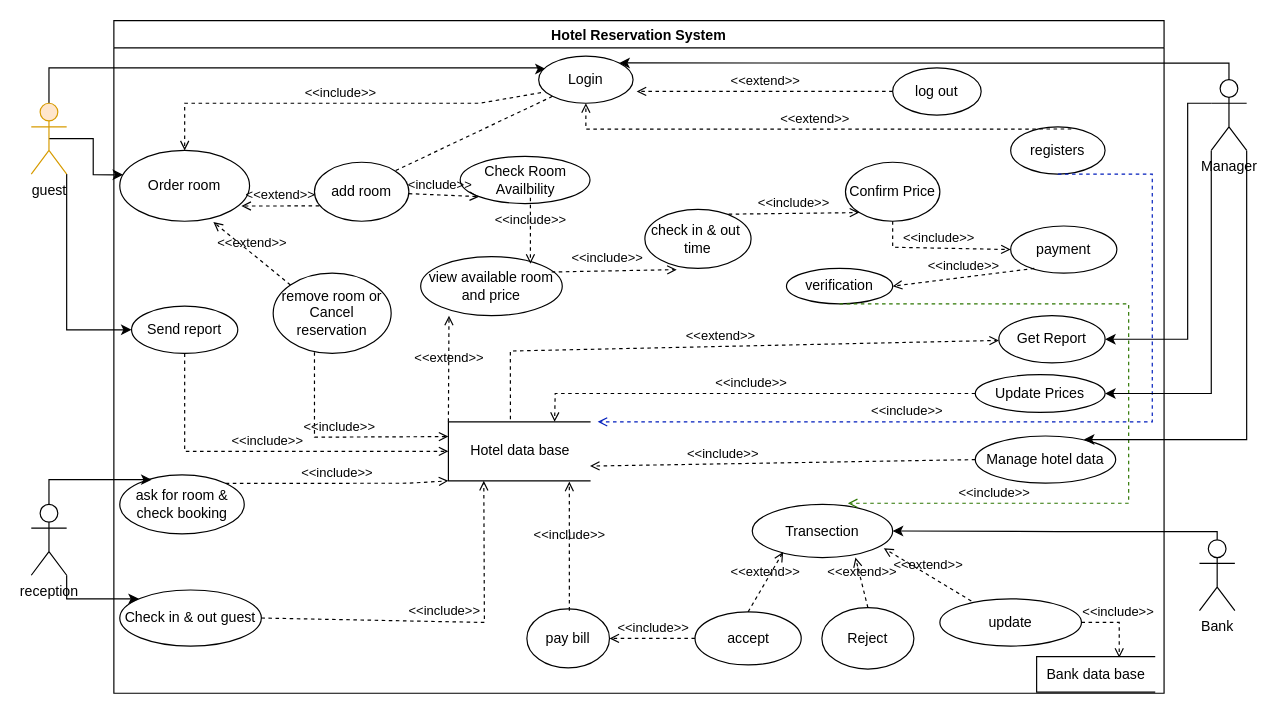
Earlier version of the draw.io diagram use case Vol3.drawio (AhmedTarek-95/System-Desine). Source tidied: cells renumbered, new cells numbered last; positions are measured from the earlier drawing's top-left corner, leaving out a move shared by most shapes. Both pictures are drawn from the tidied source at 118%, with x=0, y=0 at pixel (31, 20).
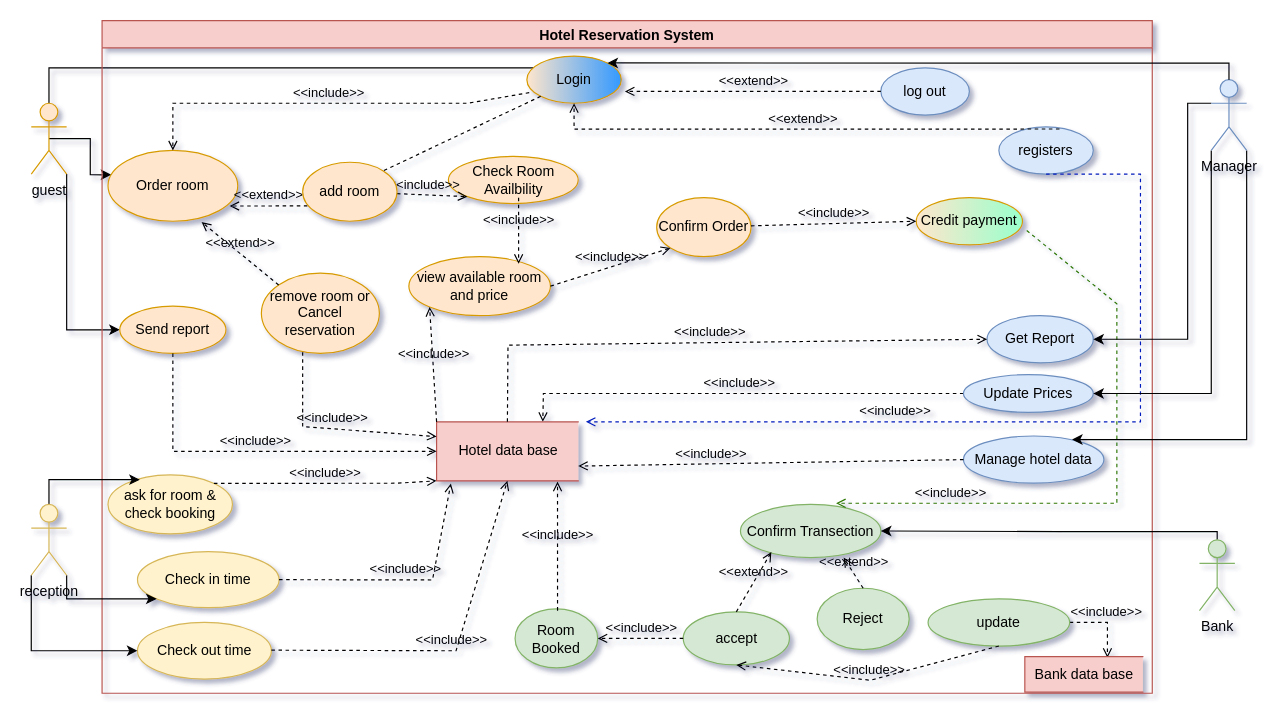
The same page after the edit.

The edit, as a diff of the source:
```diff
@@
-<mxGraphModel>
+<mxGraphModel shadow="1">
@@
-    <mxCell id="6" value="Hotel Reservation System" style="swimlane;" parent="1" vertex="1">
-      <mxGeometry x="70" width="890" height="570" as="geometry" />
+    <mxCell id="6" value="Hotel Reservation System" style="swimlane;fillColor=#f8cecc;strokeColor=#b85450;" parent="1" vertex="1">
+      <mxGeometry x="60" width="890" height="570" as="geometry" />
     </mxCell>
@@
-    <mxCell id="8" value="Login" style="ellipse;whiteSpace=wrap;html=1;" parent="6" vertex="1">
+    <mxCell id="8" value="Login" style="ellipse;whiteSpace=wrap;html=1;gradientDirection=east;fillColor=#ffe6cc;strokeColor=#d79b00;gradientColor=#3399FF;" parent="6" vertex="1">
       <mxGeometry x="360" y="30" width="80" height="40" as="geometry" />
     </mxCell>
-    <mxCell id="9" value="Check Room Availbility" style="ellipse;whiteSpace=wrap;html=1;" parent="6" vertex="1">
+    <mxCell id="9" value="Check Room Availbility" style="ellipse;whiteSpace=wrap;html=1;fillColor=#ffe6cc;strokeColor=#d79b00;" parent="6" vertex="1">
       <mxGeometry x="293.5" y="115" width="110" height="40" as="geometry" />
     </mxCell>
-    <mxCell id="10" value="Order room" style="ellipse;whiteSpace=wrap;html=1;" parent="6" vertex="1">
+    <mxCell id="10" value="Order room" style="ellipse;whiteSpace=wrap;html=1;fillColor=#ffe6cc;strokeColor=#d79b00;" parent="6" vertex="1">
       <mxGeometry x="5" y="110" width="110" height="60" as="geometry" />
     </mxCell>
-    <mxCell id="11" value="Manage hotel data" style="ellipse;whiteSpace=wrap;html=1;" parent="6" vertex="1">
+    <mxCell id="11" value="Manage hotel data" style="ellipse;whiteSpace=wrap;html=1;fillColor=#dae8fc;strokeColor=#6c8ebf;" parent="6" vertex="1">
       <mxGeometry x="730" y="352" width="119" height="40" as="geometry" />
     </mxCell>
-    <mxCell id="12" value="ask for room &amp;amp; check booking" style="ellipse;whiteSpace=wrap;html=1;" parent="6" vertex="1">
+    <mxCell id="12" value="ask for room &amp;amp; check booking" style="ellipse;whiteSpace=wrap;html=1;fillColor=#fff2cc;strokeColor=#d6b656;" parent="6" vertex="1">
       <mxGeometry x="5" y="385" width="105.5" height="50" as="geometry" />
     </mxCell>
-    <mxCell id="13" value="Check in &amp;amp; out guest" style="ellipse;whiteSpace=wrap;html=1;" parent="6" vertex="1">
-      <mxGeometry x="5" y="482.5" width="120" height="47.5" as="geometry" />
+    <mxCell id="13" value="Check in time" style="ellipse;whiteSpace=wrap;html=1;fillColor=#fff2cc;strokeColor=#d6b656;" parent="6" vertex="1">
+      <mxGeometry x="30" y="450" width="120" height="47.5" as="geometry" />
     </mxCell>
-    <mxCell id="14" value="Transection" style="ellipse;whiteSpace=wrap;html=1;" parent="6" vertex="1">
+    <mxCell id="14" value="Confirm Transection" style="ellipse;whiteSpace=wrap;html=1;fillColor=#d5e8d4;strokeColor=#82b366;" parent="6" vertex="1">
       <mxGeometry x="541" y="410" width="119" height="45" as="geometry" />
     </mxCell>
-    <mxCell id="15" value="view available room and price" style="ellipse;whiteSpace=wrap;html=1;" parent="6" vertex="1">
+    <mxCell id="15" value="view available room and price" style="ellipse;whiteSpace=wrap;html=1;fillColor=#ffe6cc;strokeColor=#d79b00;" parent="6" vertex="1">
       <mxGeometry x="260" y="200" width="120" height="50" as="geometry" />
     </mxCell>
-    <mxCell id="16" value="accept" style="ellipse;whiteSpace=wrap;html=1;" parent="6" vertex="1">
+    <mxCell id="16" value="accept" style="ellipse;whiteSpace=wrap;html=1;fillColor=#d5e8d4;strokeColor=#82b366;" parent="6" vertex="1">
       <mxGeometry x="492.5" y="501" width="90" height="45" as="geometry" />
     </mxCell>
-    <mxCell id="17" value="Reject" style="ellipse;whiteSpace=wrap;html=1;" parent="6" vertex="1">
-      <mxGeometry x="600" y="497.5" width="78" height="52" as="geometry" />
+    <mxCell id="17" value="Reject" style="ellipse;whiteSpace=wrap;html=1;fillColor=#d5e8d4;strokeColor=#82b366;" parent="6" vertex="1">
+      <mxGeometry x="606" y="481" width="78" height="52" as="geometry" />
     </mxCell>
@@
-    <mxCell id="21" value="update" style="ellipse;whiteSpace=wrap;html=1;" parent="6" vertex="1">
+    <mxCell id="21" value="update" style="ellipse;whiteSpace=wrap;html=1;fillColor=#d5e8d4;strokeColor=#82b366;" parent="6" vertex="1">
       <mxGeometry x="700" y="490" width="120" height="40" as="geometry" />
     </mxCell>
-    <mxCell id="22" value="check in &amp;amp; out&amp;nbsp; time" style="ellipse;whiteSpace=wrap;html=1;" parent="6" vertex="1">
-      <mxGeometry x="450" y="160" width="90" height="50" as="geometry" />
-    </mxCell>
@@
-    <mxCell id="24" value="&amp;lt;&amp;lt;include&amp;gt;&amp;gt;" style="html=1;verticalAlign=bottom;labelBackgroundColor=none;endArrow=open;endFill=0;dashed=1;rounded=0;entryX=0.3;entryY=1.02;entryDx=0;entryDy=0;entryPerimeter=0;exitX=0.925;exitY=0.26;exitDx=0;exitDy=0;exitPerimeter=0;" parent="6" edge="1" source="15" target="22">
-      <mxGeometry x="-0.12" y="2" relative="1" as="geometry" />
-    </mxCell>
@@
-    <mxCell id="27" value="pay bill" style="ellipse;whiteSpace=wrap;html=1;" parent="6" vertex="1">
+    <mxCell id="27" value="Room Booked" style="ellipse;whiteSpace=wrap;html=1;fillColor=#d5e8d4;strokeColor=#82b366;" parent="6" vertex="1">
       <mxGeometry x="350" y="498.5" width="70" height="50" as="geometry" />
     </mxCell>
@@
-    <mxCell id="29" value="&amp;lt;&amp;lt;include&amp;gt;&amp;gt;" style="html=1;verticalAlign=bottom;labelBackgroundColor=none;endArrow=open;endFill=0;dashed=1;rounded=0;exitX=1;exitY=0.5;exitDx=0;exitDy=0;entryX=0.25;entryY=1;entryDx=0;entryDy=0;" parent="6" edge="1" source="13" target="36">
+    <mxCell id="29" value="&amp;lt;&amp;lt;include&amp;gt;&amp;gt;" style="html=1;verticalAlign=bottom;labelBackgroundColor=none;endArrow=open;endFill=0;dashed=1;rounded=0;exitX=1;exitY=0.5;exitDx=0;exitDy=0;entryX=0.101;entryY=1.044;entryDx=0;entryDy=0;entryPerimeter=0;" parent="6" edge="1" source="13" target="36">
       <mxGeometry relative="1" as="geometry">
         <Array as="points">
-          <mxPoint x="314" y="510" />
+          <mxPoint x="280" y="474" />
         </Array>
       </mxGeometry>
     </mxCell>
@@
-    <mxCell id="31" value="remove room or Cancel reservation" style="ellipse;whiteSpace=wrap;html=1;" parent="6" vertex="1">
+    <mxCell id="31" value="remove room or Cancel reservation" style="ellipse;whiteSpace=wrap;html=1;fillColor=#ffe6cc;strokeColor=#d79b00;" parent="6" vertex="1">
       <mxGeometry x="135" y="214" width="100" height="68" as="geometry" />
     </mxCell>
@@
-    <mxCell id="36" value="Hotel data base" style="html=1;dashed=0;whitespace=wrap;shape=partialRectangle;right=0;" parent="6" vertex="1">
+    <mxCell id="36" value="Hotel data base" style="html=1;dashed=0;whitespace=wrap;shape=partialRectangle;right=0;fillColor=#f8cecc;strokeColor=#b85450;" parent="6" vertex="1">
       <mxGeometry x="283.5" y="340" width="120" height="50" as="geometry" />
     </mxCell>
-    <mxCell id="37" value="Bank data base" style="html=1;dashed=0;whitespace=wrap;shape=partialRectangle;right=0;" parent="6" vertex="1">
+    <mxCell id="37" value="Bank data base" style="html=1;dashed=0;whitespace=wrap;shape=partialRectangle;right=0;fillColor=#f8cecc;strokeColor=#b85450;" parent="6" vertex="1">
       <mxGeometry x="782" y="539" width="100" height="30" as="geometry" />
     </mxCell>
-    <mxCell id="38" value="log out" style="ellipse;whiteSpace=wrap;html=1;" parent="6" vertex="1">
+    <mxCell id="38" value="log out" style="ellipse;whiteSpace=wrap;html=1;fillColor=#dae8fc;strokeColor=#6c8ebf;" parent="6" vertex="1">
       <mxGeometry x="660" y="40" width="75" height="40" as="geometry" />
     </mxCell>
@@
-    <mxCell id="40" value="registers" style="ellipse;whiteSpace=wrap;html=1;" parent="6" vertex="1">
+    <mxCell id="40" value="registers" style="ellipse;whiteSpace=wrap;html=1;fillColor=#dae8fc;strokeColor=#6c8ebf;" parent="6" vertex="1">
       <mxGeometry x="760" y="90" width="80" height="40" as="geometry" />
     </mxCell>
@@
-    <mxCell id="43" value="&amp;lt;&amp;lt;extend&amp;gt;&amp;gt;" style="html=1;verticalAlign=bottom;labelBackgroundColor=none;endArrow=open;endFill=0;dashed=1;rounded=0;entryX=0.937;entryY=0.825;entryDx=0;entryDy=0;exitX=0.222;exitY=0.046;exitDx=0;exitDy=0;exitPerimeter=0;entryPerimeter=0;" parent="6" edge="1" source="21" target="14">
-      <mxGeometry relative="1" as="geometry" />
-    </mxCell>
-    <mxCell id="44" value="&amp;lt;&amp;lt;extend&amp;gt;&amp;gt;" style="html=1;verticalAlign=bottom;labelBackgroundColor=none;endArrow=open;endFill=0;dashed=1;rounded=0;exitX=0;exitY=0;exitDx=0;exitDy=0;" parent="6" edge="1" source="36">
-      <mxGeometry relative="1" as="geometry">
-        <mxPoint x="284" y="250" as="targetPoint" />
-      </mxGeometry>
-    </mxCell>
-    <mxCell id="45" value="Update Prices" style="ellipse;whiteSpace=wrap;html=1;" parent="6" vertex="1">
+    <mxCell id="45" value="Update Prices" style="ellipse;whiteSpace=wrap;html=1;fillColor=#dae8fc;strokeColor=#6c8ebf;" parent="6" vertex="1">
       <mxGeometry x="730" y="300" width="110" height="32" as="geometry" />
     </mxCell>
-    <mxCell id="46" value="verification" style="ellipse;whiteSpace=wrap;html=1;" parent="6" vertex="1">
-      <mxGeometry x="570" y="210" width="90" height="30" as="geometry" />
-    </mxCell>
-    <mxCell id="47" value="payment" style="ellipse;whiteSpace=wrap;html=1;" parent="6" vertex="1">
-      <mxGeometry x="760" y="174" width="90" height="40" as="geometry" />
+    <mxCell id="47" value="Credit payment" style="ellipse;whiteSpace=wrap;html=1;fillColor=#ffe6cc;strokeColor=#d79b00;gradientColor=#99FFCC;gradientDirection=east;" parent="6" vertex="1">
+      <mxGeometry x="690" y="150" width="90" height="40" as="geometry" />
     </mxCell>
-    <mxCell id="48" value="Confirm Price" style="ellipse;whiteSpace=wrap;html=1;" parent="6" vertex="1">
-      <mxGeometry x="620" y="120" width="80" height="50" as="geometry" />
+    <mxCell id="48" value="Confirm Order" style="ellipse;whiteSpace=wrap;html=1;fillColor=#ffe6cc;strokeColor=#d79b00;" parent="6" vertex="1">
+      <mxGeometry x="470" y="150" width="80" height="50" as="geometry" />
     </mxCell>
-    <mxCell id="49" value="&amp;lt;&amp;lt;include&amp;gt;&amp;gt;" style="html=1;verticalAlign=bottom;labelBackgroundColor=none;endArrow=open;endFill=0;dashed=1;rounded=0;exitX=0.789;exitY=0.08;exitDx=0;exitDy=0;exitPerimeter=0;entryX=0;entryY=1;entryDx=0;entryDy=0;" parent="6" edge="1" source="22" target="48">
+    <mxCell id="49" value="&amp;lt;&amp;lt;include&amp;gt;&amp;gt;" style="html=1;verticalAlign=bottom;labelBackgroundColor=none;endArrow=open;endFill=0;dashed=1;rounded=0;entryX=0;entryY=1;entryDx=0;entryDy=0;exitX=1;exitY=0.5;exitDx=0;exitDy=0;" parent="6" edge="1" source="15" target="48">
       <mxGeometry relative="1" as="geometry" />
     </mxCell>
     <mxCell id="50" value="&amp;lt;&amp;lt;include&amp;gt;&amp;gt;" style="html=1;verticalAlign=bottom;labelBackgroundColor=none;endArrow=open;endFill=0;dashed=1;rounded=0;entryX=0;entryY=0.5;entryDx=0;entryDy=0;" parent="6" edge="1" source="48" target="47">
-      <mxGeometry relative="1" as="geometry">
-        <Array as="points">
-          <mxPoint x="660" y="192" />
-        </Array>
-      </mxGeometry>
+      <mxGeometry relative="1" as="geometry" />
     </mxCell>
-    <mxCell id="51" value="&amp;lt;&amp;lt;include&amp;gt;&amp;gt;" style="html=1;verticalAlign=bottom;labelBackgroundColor=none;endArrow=open;endFill=0;dashed=1;rounded=0;exitX=0.5;exitY=1;exitDx=0;exitDy=0;entryX=0.681;entryY=-0.022;entryDx=0;entryDy=0;entryPerimeter=0;fillColor=#60a917;strokeColor=#2D7600;" parent="6" edge="1" source="46" target="14">
+    <mxCell id="51" value="&amp;lt;&amp;lt;include&amp;gt;&amp;gt;" style="html=1;verticalAlign=bottom;labelBackgroundColor=none;endArrow=open;endFill=0;dashed=1;rounded=0;exitX=1.04;exitY=0.695;exitDx=0;exitDy=0;entryX=0.681;entryY=-0.022;entryDx=0;entryDy=0;entryPerimeter=0;fillColor=#60a917;strokeColor=#2D7600;exitPerimeter=0;" parent="6" edge="1" source="47" target="14">
       <mxGeometry x="0.62" relative="1" as="geometry">
         <Array as="points">
           <mxPoint x="860" y="240" />
           <mxPoint x="860" y="409" />
         </Array>
       </mxGeometry>
     </mxCell>
-    <mxCell id="52" value="add room" style="ellipse;whiteSpace=wrap;html=1;" parent="6" vertex="1">
+    <mxCell id="52" value="add room" style="ellipse;whiteSpace=wrap;html=1;fillColor=#ffe6cc;strokeColor=#d79b00;" parent="6" vertex="1">
       <mxGeometry x="170" y="120" width="80" height="50" as="geometry" />
     </mxCell>
@@
     <mxCell id="54" value="&amp;lt;&amp;lt;include&amp;gt;&amp;gt;" style="html=1;verticalAlign=bottom;labelBackgroundColor=none;endArrow=open;endFill=0;dashed=1;rounded=0;entryX=0;entryY=0.25;entryDx=0;entryDy=0;startArrow=none;exitX=0.35;exitY=0.985;exitDx=0;exitDy=0;exitPerimeter=0;" parent="6" edge="1" source="31" target="36">
       <mxGeometry relative="1" as="geometry">
         <Array as="points">
-          <mxPoint x="170" y="353" />
+          <mxPoint x="170" y="344" />
         </Array>
       </mxGeometry>
     </mxCell>
-    <mxCell id="55" value="Send report" style="ellipse;whiteSpace=wrap;html=1;" parent="6" vertex="1">
+    <mxCell id="55" value="Send report" style="ellipse;whiteSpace=wrap;html=1;fillColor=#ffe6cc;strokeColor=#d79b00;" parent="6" vertex="1">
       <mxGeometry x="15" y="242" width="90" height="40" as="geometry" />
     </mxCell>
@@
-    <mxCell id="57" value="Get Report" style="ellipse;whiteSpace=wrap;html=1;" parent="6" vertex="1">
+    <mxCell id="57" value="Get Report" style="ellipse;whiteSpace=wrap;html=1;fillColor=#dae8fc;strokeColor=#6c8ebf;" parent="6" vertex="1">
       <mxGeometry x="750" y="250" width="90" height="40" as="geometry" />
     </mxCell>
-    <mxCell id="58" value="&amp;lt;&amp;lt;include&amp;gt;&amp;gt;" style="html=1;verticalAlign=bottom;labelBackgroundColor=none;endArrow=open;endFill=0;dashed=1;rounded=0;entryX=1;entryY=0.5;entryDx=0;entryDy=0;exitX=0.222;exitY=0.9;exitDx=0;exitDy=0;exitPerimeter=0;" parent="6" edge="1" source="47" target="46">
-      <mxGeometry relative="1" as="geometry" />
-    </mxCell>
+    <mxCell id="70" value="Check out time" style="ellipse;whiteSpace=wrap;html=1;fillColor=#fff2cc;strokeColor=#d6b656;" parent="6" vertex="1">
+      <mxGeometry x="30" y="510" width="113.5" height="48" as="geometry" />
+    </mxCell>
+    <mxCell id="71" value="&amp;lt;&amp;lt;include&amp;gt;&amp;gt;" style="html=1;verticalAlign=bottom;labelBackgroundColor=none;endArrow=open;endFill=0;dashed=1;rounded=0;entryX=0.5;entryY=1;entryDx=0;entryDy=0;" parent="6" edge="1" target="36">
+      <mxGeometry relative="1" as="geometry">
+        <mxPoint x="143.5" y="533.5" as="sourcePoint" />
+        <Array as="points">
+          <mxPoint x="300" y="534" />
+        </Array>
+      </mxGeometry>
+    </mxCell>
+    <mxCell id="72" value="&amp;lt;&amp;lt;include&amp;gt;&amp;gt;" style="html=1;verticalAlign=bottom;labelBackgroundColor=none;endArrow=open;endFill=0;dashed=1;rounded=0;exitX=0;exitY=0;exitDx=0;exitDy=0;entryX=0;entryY=1;entryDx=0;entryDy=0;" parent="6" edge="1" source="36" target="15">
+      <mxGeometry relative="1" as="geometry" />
+    </mxCell>
+    <mxCell id="73" value="&amp;lt;&amp;lt;include&amp;gt;&amp;gt;" style="html=1;verticalAlign=bottom;labelBackgroundColor=none;endArrow=open;endFill=0;dashed=1;rounded=0;exitX=0.5;exitY=1;exitDx=0;exitDy=0;entryX=0.5;entryY=1;entryDx=0;entryDy=0;" parent="6" edge="1" source="21" target="16">
+      <mxGeometry relative="1" as="geometry">
+        <Array as="points">
+          <mxPoint x="651" y="559" />
+        </Array>
+      </mxGeometry>
+    </mxCell>
-    <mxCell id="59" value="&amp;lt;&amp;lt;extend&amp;gt;&amp;gt;" style="html=1;verticalAlign=bottom;labelBackgroundColor=none;endArrow=open;endFill=0;dashed=1;rounded=0;exitX=0.438;exitY=-0.044;exitDx=0;exitDy=0;exitPerimeter=0;" parent="6" edge="1" source="36" target="57">
+    <mxCell id="59" value="&amp;lt;&amp;lt;include&amp;gt;&amp;gt;" style="html=1;verticalAlign=bottom;labelBackgroundColor=none;endArrow=open;endFill=0;dashed=1;rounded=0;entryX=0;entryY=0.5;entryDx=0;entryDy=0;exitX=0.5;exitY=0;exitDx=0;exitDy=0;" parent="6" edge="1" source="36" target="57">
       <mxGeometry relative="1" as="geometry">
         <Array as="points">
-          <mxPoint x="336" y="280" />
+          <mxPoint x="344" y="275" />
         </Array>
       </mxGeometry>
     </mxCell>
@@
+    <mxCell id="74" style="edgeStyle=orthogonalEdgeStyle;rounded=0;jettySize=auto;html=1;exitX=0;exitY=1;exitDx=0;exitDy=0;exitPerimeter=0;entryX=0;entryY=0.5;entryDx=0;entryDy=0;" parent="1" edge="1" source="62" target="70">
+      <mxGeometry relative="1" as="geometry" />
+    </mxCell>
-    <mxCell id="62" value="reception" style="shape=umlActor;verticalLabelPosition=bottom;verticalAlign=top;html=1;outlineConnect=0;" parent="1" vertex="1">
+    <mxCell id="62" value="reception" style="shape=umlActor;verticalLabelPosition=bottom;verticalAlign=top;html=1;outlineConnect=0;fillColor=#fff2cc;strokeColor=#d6b656;" parent="1" vertex="1">
       <mxGeometry y="410" width="30" height="60" as="geometry" />
     </mxCell>
@@
-    <mxCell id="64" value="Bank" style="shape=umlActor;verticalLabelPosition=bottom;verticalAlign=top;html=1;outlineConnect=0;" parent="1" vertex="1">
+    <mxCell id="64" value="Bank" style="shape=umlActor;verticalLabelPosition=bottom;verticalAlign=top;html=1;outlineConnect=0;fillColor=#d5e8d4;strokeColor=#82b366;" parent="1" vertex="1">
       <mxGeometry x="990" y="440" width="30" height="60" as="geometry" />
     </mxCell>
@@
-    <mxCell id="68" value="Manager" style="shape=umlActor;verticalLabelPosition=bottom;verticalAlign=top;html=1;outlineConnect=0;" parent="1" vertex="1">
+    <mxCell id="68" value="Manager" style="shape=umlActor;verticalLabelPosition=bottom;verticalAlign=top;html=1;outlineConnect=0;fillColor=#dae8fc;strokeColor=#6c8ebf;" parent="1" vertex="1">
       <mxGeometry x="1000" y="50" width="30" height="60" as="geometry" />
     </mxCell>
```
